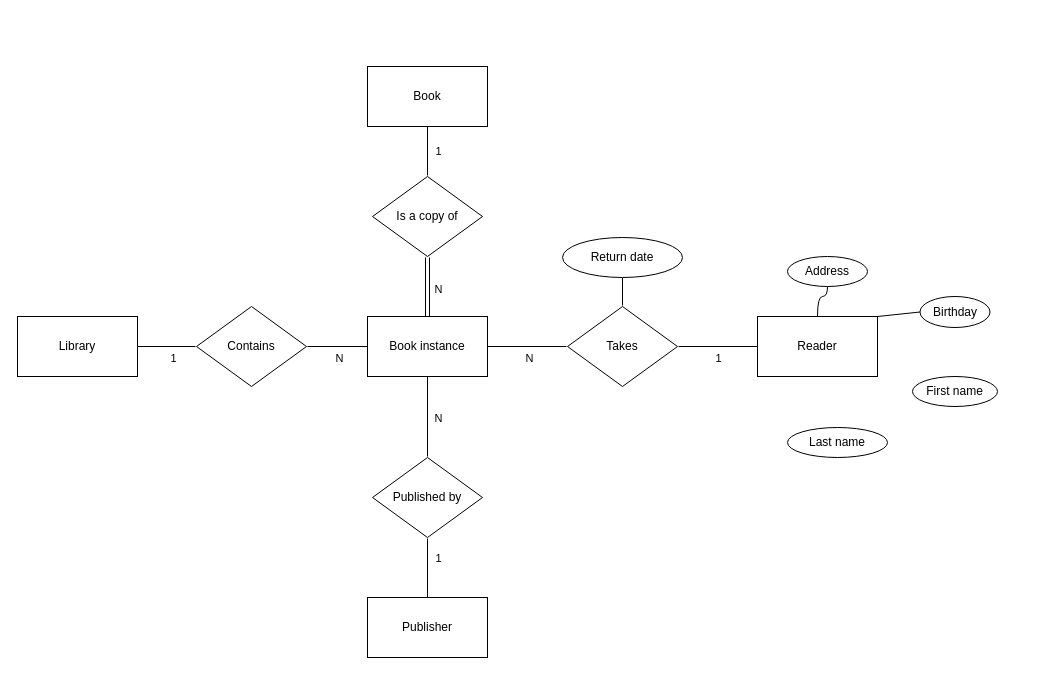
Before: DZ1.drawio in nikitaptl/works-Java-Kotlin, a draw.io diagram. Source tidied: cells renumbered, new cells numbered last; positions are measured from the earlier drawing's top-left corner, leaving out a move shared by most shapes. Both pictures are drawn from the tidied source at 100%, with x=0, y=0 at pixel (17, 66).
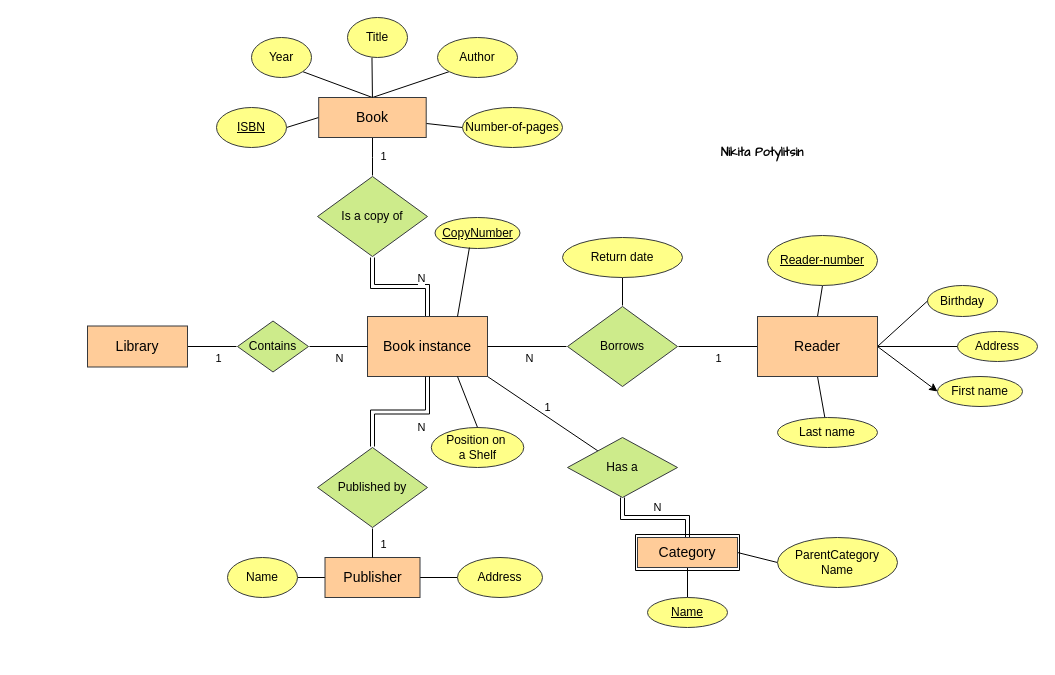
The same diagram, later.

The change refers to these unchanged cells:
```xml
<mxCell id="5" style="edgeStyle=orthogonalEdgeStyle;rounded=0;jettySize=auto;html=1;shape=link;" parent="1" edge="1" source="7" target="13">
  <mxGeometry relative="1" as="geometry" />
</mxCell>
```

Diff of the diagram source:
```diff
@@
-<mxGraphModel>
+<mxGraphModel background="#FFFFFF">
@@
-    <mxCell id="4" value="Library" style="rounded=0;whiteSpace=wrap;html=1;" parent="1" vertex="1">
-      <mxGeometry y="250" width="120" height="60" as="geometry" />
+    <mxCell id="4" value="&lt;font style=&quot;font-size: 14px;&quot;&gt;Library&lt;/font&gt;" style="rounded=0;whiteSpace=wrap;html=1;fillColor=#ffcc99;strokeColor=#36393d;" parent="1" vertex="1">
+      <mxGeometry x="70" y="259.5" width="100" height="41" as="geometry" />
     </mxCell>
@@
     <mxCell id="6" value="N" style="edgeLabel;html=1;align=center;verticalAlign=middle;" parent="5" vertex="1">
       <mxGeometry x="-0.07" y="-5" relative="1" as="geometry">
-        <mxPoint x="5" y="-1" as="offset" />
+        <mxPoint x="16" y="-4" as="offset" />
       </mxGeometry>
     </mxCell>
+    <mxCell id="35" value="1" style="rounded=0;jettySize=auto;html=1;exitX=1;exitY=1;exitDx=0;exitDy=0;startArrow=none;startFill=0;endArrow=none;endFill=0;" parent="1" edge="1" source="7" target="61">
+      <mxGeometry x="0.01" y="8" relative="1" as="geometry" />
+    </mxCell>
-    <mxCell id="7" value="Book instance" style="rounded=0;whiteSpace=wrap;html=1;" parent="1" vertex="1">
+    <mxCell id="7" value="&lt;font style=&quot;font-size: 14px;&quot;&gt;Book instance&lt;/font&gt;" style="rounded=0;whiteSpace=wrap;html=1;fillColor=#ffcc99;strokeColor=#36393d;" parent="1" vertex="1">
       <mxGeometry x="350" y="250" width="120" height="60" as="geometry" />
     </mxCell>
@@
-    <mxCell id="10" style="edgeStyle=orthogonalEdgeStyle;rounded=0;jettySize=auto;html=1;exitX=0.5;exitY=1;exitDx=0;exitDy=0;endArrow=none;endFill=0;" parent="1" edge="1" source="7" target="17">
+    <mxCell id="10" style="edgeStyle=orthogonalEdgeStyle;rounded=0;jettySize=auto;html=1;exitX=0.5;exitY=1;exitDx=0;exitDy=0;endArrow=none;endFill=0;shape=link;" parent="1" edge="1" source="7" target="17">
       <mxGeometry relative="1" as="geometry" />
     </mxCell>
     <mxCell id="11" value="N" style="edgeLabel;html=1;align=center;verticalAlign=middle;" parent="10" vertex="1">
       <mxGeometry x="-0.32" y="-2" relative="1" as="geometry">
-        <mxPoint x="12" y="14" as="offset" />
+        <mxPoint y="17" as="offset" />
       </mxGeometry>
     </mxCell>
+    <mxCell id="36" style="rounded=0;jettySize=auto;html=1;entryX=0;entryY=0.5;entryDx=0;entryDy=0;endArrow=none;endFill=0;" parent="1" edge="1" source="12" target="53">
+      <mxGeometry relative="1" as="geometry" />
+    </mxCell>
+    <mxCell id="37" style="rounded=0;jettySize=auto;html=1;exitX=0.5;exitY=0;exitDx=0;exitDy=0;entryX=0;entryY=1;entryDx=0;entryDy=0;endArrow=none;endFill=0;" parent="1" edge="1" source="12" target="52">
+      <mxGeometry relative="1" as="geometry" />
+    </mxCell>
+    <mxCell id="38" style="rounded=0;jettySize=auto;html=1;exitX=0.5;exitY=0;exitDx=0;exitDy=0;entryX=1;entryY=1;entryDx=0;entryDy=0;endArrow=none;endFill=0;" parent="1" edge="1" source="12" target="50">
+      <mxGeometry relative="1" as="geometry" />
+    </mxCell>
+    <mxCell id="39" style="rounded=0;jettySize=auto;html=1;exitX=0;exitY=0.5;exitDx=0;exitDy=0;entryX=1;entryY=0.5;entryDx=0;entryDy=0;endArrow=none;endFill=0;" parent="1" edge="1" source="12" target="49">
+      <mxGeometry relative="1" as="geometry" />
+    </mxCell>
-    <mxCell id="12" value="Book" style="rounded=0;whiteSpace=wrap;html=1;" parent="1" vertex="1">
-      <mxGeometry x="350" width="120" height="60" as="geometry" />
+    <mxCell id="12" value="&lt;font style=&quot;font-size: 14px;&quot;&gt;Book&lt;/font&gt;" style="rounded=0;whiteSpace=wrap;html=1;fillColor=#ffcc99;strokeColor=#36393d;" parent="1" vertex="1">
+      <mxGeometry x="301.2" y="31" width="107.5" height="40" as="geometry" />
     </mxCell>
-    <mxCell id="13" value="Is a copy of" style="rhombus;whiteSpace=wrap;html=1;perimeterSpacing=1;rounded=0;shadow=0;verticalAlign=middle;" parent="1" vertex="1">
-      <mxGeometry x="355" y="110" width="110" height="80" as="geometry" />
+    <mxCell id="13" value="Is a copy of" style="rhombus;whiteSpace=wrap;html=1;perimeterSpacing=1;rounded=0;shadow=0;verticalAlign=middle;fillColor=#cdeb8b;strokeColor=#36393d;" parent="1" vertex="1">
+      <mxGeometry x="300" y="110" width="110" height="80" as="geometry" />
     </mxCell>
+    <mxCell id="40" style="edgeStyle=orthogonalEdgeStyle;rounded=0;jettySize=auto;html=1;exitX=1;exitY=0.5;exitDx=0;exitDy=0;entryX=0;entryY=0.5;entryDx=0;entryDy=0;endArrow=none;endFill=0;" parent="1" edge="1" source="14" target="56">
+      <mxGeometry relative="1" as="geometry" />
+    </mxCell>
+    <mxCell id="41" style="edgeStyle=orthogonalEdgeStyle;rounded=0;jettySize=auto;html=1;exitX=0;exitY=0.5;exitDx=0;exitDy=0;entryX=1;entryY=0.5;entryDx=0;entryDy=0;endArrow=none;endFill=0;" parent="1" edge="1" source="14" target="55">
+      <mxGeometry relative="1" as="geometry" />
+    </mxCell>
-    <mxCell id="14" value="Publisher" style="rounded=0;whiteSpace=wrap;html=1;" parent="1" vertex="1">
-      <mxGeometry x="350" y="531" width="120" height="60" as="geometry" />
+    <mxCell id="14" value="&lt;font style=&quot;font-size: 14px;&quot;&gt;Publisher&lt;/font&gt;" style="rounded=0;whiteSpace=wrap;html=1;fillColor=#ffcc99;strokeColor=#36393d;" parent="1" vertex="1">
+      <mxGeometry x="307.5" y="491" width="95" height="40" as="geometry" />
     </mxCell>
@@
-    <mxCell id="17" value="Published by" style="rhombus;whiteSpace=wrap;html=1;perimeterSpacing=1;rounded=0;shadow=0;verticalAlign=middle;" parent="1" vertex="1">
-      <mxGeometry x="355" y="391" width="110" height="80" as="geometry" />
+    <mxCell id="17" value="Published by" style="rhombus;whiteSpace=wrap;html=1;perimeterSpacing=1;rounded=0;shadow=0;verticalAlign=middle;fillColor=#cdeb8b;strokeColor=#36393d;" parent="1" vertex="1">
+      <mxGeometry x="300" y="381" width="110" height="80" as="geometry" />
     </mxCell>
@@
-    <mxCell id="20" value="Contains" style="rhombus;whiteSpace=wrap;html=1;perimeterSpacing=1;rounded=0;shadow=0;verticalAlign=middle;" parent="1" vertex="1">
-      <mxGeometry x="179" y="240" width="110" height="80" as="geometry" />
+    <mxCell id="20" value="Contains" style="rhombus;whiteSpace=wrap;html=1;perimeterSpacing=1;rounded=0;shadow=0;verticalAlign=middle;fillColor=#cdeb8b;strokeColor=#36393d;" parent="1" vertex="1">
+      <mxGeometry x="220" y="254.5" width="71" height="51" as="geometry" />
     </mxCell>
@@
-    <mxCell id="23" style="edgeStyle=orthogonalEdgeStyle;rounded=0;jettySize=auto;html=1;curved=1;endArrow=none;endFill=0;" parent="1" edge="1" source="25" target="33">
+    <mxCell id="23" style="rounded=0;jettySize=auto;html=1;endArrow=none;endFill=0;" parent="1" edge="1" source="25" target="33">
       <mxGeometry relative="1" as="geometry" />
     </mxCell>
-    <mxCell id="24" style="rounded=0;jettySize=auto;html=1;exitX=1;exitY=0;exitDx=0;exitDy=0;entryX=0;entryY=0.5;entryDx=0;entryDy=0;endArrow=none;endFill=0;" parent="1" edge="1" source="25" target="34">
-      <mxGeometry relative="1" as="geometry" />
+    <mxCell id="24" style="rounded=0;jettySize=auto;html=1;entryX=0;entryY=0.5;entryDx=0;entryDy=0;endArrow=none;endFill=0;" parent="1" edge="1" target="34">
+      <mxGeometry relative="1" as="geometry">
+        <mxPoint x="860" y="280" as="sourcePoint" />
+      </mxGeometry>
     </mxCell>
+    <mxCell id="42" style="rounded=0;jettySize=auto;html=1;exitX=1;exitY=0.5;exitDx=0;exitDy=0;entryX=0;entryY=0.5;entryDx=0;entryDy=0;" parent="1" edge="1" source="25" target="32">
+      <mxGeometry relative="1" as="geometry" />
+    </mxCell>
+    <mxCell id="43" style="rounded=0;jettySize=auto;html=1;exitX=0.5;exitY=1;exitDx=0;exitDy=0;endArrow=none;endFill=0;" parent="1" edge="1" source="25" target="31">
+      <mxGeometry relative="1" as="geometry" />
+    </mxCell>
+    <mxCell id="44" style="rounded=0;jettySize=auto;html=1;exitX=0.5;exitY=0;exitDx=0;exitDy=0;entryX=0.5;entryY=1;entryDx=0;entryDy=0;endArrow=none;endFill=0;" parent="1" edge="1" source="25" target="64">
+      <mxGeometry relative="1" as="geometry" />
+    </mxCell>
-    <mxCell id="25" value="Reader" style="rounded=0;whiteSpace=wrap;html=1;" parent="1" vertex="1">
+    <mxCell id="25" value="&lt;font style=&quot;font-size: 14px;&quot;&gt;Reader&lt;/font&gt;" style="rounded=0;whiteSpace=wrap;html=1;fillColor=#ffcc99;strokeColor=#36393d;" parent="1" vertex="1">
       <mxGeometry x="740" y="250" width="120" height="60" as="geometry" />
     </mxCell>
@@
-    <mxCell id="29" value="Takes" style="rhombus;whiteSpace=wrap;html=1;perimeterSpacing=1;rounded=0;shadow=0;verticalAlign=middle;" parent="1" vertex="1">
+    <mxCell id="29" value="Borrows" style="rhombus;whiteSpace=wrap;html=1;perimeterSpacing=1;rounded=0;shadow=0;verticalAlign=middle;fillColor=#cdeb8b;strokeColor=#36393d;" parent="1" vertex="1">
       <mxGeometry x="550" y="240" width="110" height="80" as="geometry" />
     </mxCell>
-    <mxCell id="30" value="Return date" style="ellipse;whiteSpace=wrap;html=1;" parent="1" vertex="1">
+    <mxCell id="30" value="Return date" style="ellipse;whiteSpace=wrap;html=1;fillColor=#ffff88;strokeColor=#36393d;" parent="1" vertex="1">
       <mxGeometry x="545" y="171" width="120" height="40" as="geometry" />
     </mxCell>
-    <mxCell id="31" value="Last name" style="ellipse;whiteSpace=wrap;html=1;" parent="1" vertex="1">
-      <mxGeometry x="770" y="361" width="100" height="30" as="geometry" />
+    <mxCell id="31" value="Last name" style="ellipse;whiteSpace=wrap;html=1;fillColor=#ffff88;strokeColor=#36393d;" parent="1" vertex="1">
+      <mxGeometry x="760" y="351" width="100" height="30" as="geometry" />
     </mxCell>
-    <mxCell id="32" value="First name" style="ellipse;whiteSpace=wrap;html=1;" parent="1" vertex="1">
-      <mxGeometry x="895" y="310" width="85" height="30" as="geometry" />
+    <mxCell id="32" value="First name" style="ellipse;whiteSpace=wrap;html=1;fillColor=#ffff88;strokeColor=#36393d;" parent="1" vertex="1">
+      <mxGeometry x="920" y="310" width="85" height="30" as="geometry" />
     </mxCell>
-    <mxCell id="33" value="Address" style="ellipse;whiteSpace=wrap;html=1;" parent="1" vertex="1">
-      <mxGeometry x="770" y="190" width="80" height="30" as="geometry" />
+    <mxCell id="33" value="Address" style="ellipse;whiteSpace=wrap;html=1;fillColor=#ffff88;strokeColor=#36393d;" parent="1" vertex="1">
+      <mxGeometry x="940" y="265" width="80" height="30" as="geometry" />
     </mxCell>
-    <mxCell id="34" value="Birthday" style="ellipse;whiteSpace=wrap;html=1;" parent="1" vertex="1">
-      <mxGeometry x="902.5" y="230" width="70" height="31" as="geometry" />
+    <mxCell id="34" value="Birthday" style="ellipse;whiteSpace=wrap;html=1;fillColor=#ffff88;strokeColor=#36393d;" parent="1" vertex="1">
+      <mxGeometry x="910" y="219" width="70" height="31" as="geometry" />
     </mxCell>
+    <mxCell id="45" value="&lt;u&gt;CopyNumber&lt;/u&gt;" style="ellipse;whiteSpace=wrap;html=1;fillColor=#ffff88;strokeColor=#36393d;" parent="1" vertex="1">
+      <mxGeometry x="417.5" y="151" width="85" height="31" as="geometry" />
+    </mxCell>
+    <mxCell id="46" value="Position on&amp;nbsp;&lt;div&gt;a Shelf&lt;/div&gt;" style="ellipse;whiteSpace=wrap;html=1;fillColor=#ffff88;strokeColor=#36393d;" parent="1" vertex="1">
+      <mxGeometry x="413.8" y="361" width="92.5" height="40" as="geometry" />
+    </mxCell>
+    <mxCell id="47" style="rounded=0;jettySize=auto;html=1;exitX=0.75;exitY=0;exitDx=0;exitDy=0;entryX=0.405;entryY=0.97;entryDx=0;entryDy=0;entryPerimeter=0;endArrow=none;endFill=0;" parent="1" edge="1" source="7" target="45">
+      <mxGeometry relative="1" as="geometry" />
+    </mxCell>
+    <mxCell id="48" style="rounded=0;jettySize=auto;html=1;exitX=0.75;exitY=1;exitDx=0;exitDy=0;entryX=0.5;entryY=0;entryDx=0;entryDy=0;endArrow=none;endFill=0;" parent="1" edge="1" source="7" target="46">
+      <mxGeometry relative="1" as="geometry" />
+    </mxCell>
+    <mxCell id="49" value="&lt;u&gt;ISBN&lt;/u&gt;" style="ellipse;whiteSpace=wrap;html=1;fillColor=#ffff88;strokeColor=#36393d;" parent="1" vertex="1">
+      <mxGeometry x="199" y="41" width="70" height="40" as="geometry" />
+    </mxCell>
+    <mxCell id="50" value="Year" style="ellipse;whiteSpace=wrap;html=1;fillColor=#ffff88;strokeColor=#36393d;" parent="1" vertex="1">
+      <mxGeometry x="234" y="-29" width="60" height="40" as="geometry" />
+    </mxCell>
+    <mxCell id="51" value="Title" style="ellipse;whiteSpace=wrap;html=1;fillColor=#ffff88;strokeColor=#36393d;" parent="1" vertex="1">
+      <mxGeometry x="330" y="-49" width="60" height="40" as="geometry" />
+    </mxCell>
+    <mxCell id="52" value="Author" style="ellipse;whiteSpace=wrap;html=1;fillColor=#ffff88;strokeColor=#36393d;" parent="1" vertex="1">
+      <mxGeometry x="420" y="-29" width="80" height="40" as="geometry" />
+    </mxCell>
+    <mxCell id="53" value="Number-of-pages" style="ellipse;whiteSpace=wrap;html=1;fillColor=#ffff88;strokeColor=#36393d;" parent="1" vertex="1">
+      <mxGeometry x="445" y="41" width="100" height="40" as="geometry" />
+    </mxCell>
+    <mxCell id="54" style="rounded=0;jettySize=auto;html=1;exitX=0.5;exitY=0;exitDx=0;exitDy=0;entryX=0.408;entryY=1.004;entryDx=0;entryDy=0;entryPerimeter=0;endArrow=none;endFill=0;" parent="1" edge="1" source="12" target="51">
+      <mxGeometry relative="1" as="geometry" />
+    </mxCell>
+    <mxCell id="55" value="Name" style="ellipse;whiteSpace=wrap;html=1;fillColor=#ffff88;strokeColor=#36393d;" parent="1" vertex="1">
+      <mxGeometry x="210" y="491" width="70" height="40" as="geometry" />
+    </mxCell>
+    <mxCell id="56" value="Address" style="ellipse;whiteSpace=wrap;html=1;fillColor=#ffff88;strokeColor=#36393d;" parent="1" vertex="1">
+      <mxGeometry x="440" y="491" width="85" height="40" as="geometry" />
+    </mxCell>
+    <mxCell id="57" value="N" style="edgeStyle=orthogonalEdgeStyle;rounded=0;jettySize=auto;html=1;endArrow=none;endFill=0;shape=link;" parent="1" edge="1" source="60" target="61">
+      <mxGeometry x="-0.05" y="-10" relative="1" as="geometry" />
+    </mxCell>
+    <mxCell id="58" style="rounded=0;jettySize=auto;html=1;exitX=1;exitY=0.5;exitDx=0;exitDy=0;entryX=0;entryY=0.5;entryDx=0;entryDy=0;endArrow=none;endFill=0;" parent="1" edge="1" source="60" target="63">
+      <mxGeometry relative="1" as="geometry" />
+    </mxCell>
+    <mxCell id="59" style="rounded=0;jettySize=auto;html=1;exitX=0.5;exitY=1;exitDx=0;exitDy=0;entryX=0.5;entryY=0;entryDx=0;entryDy=0;endArrow=none;endFill=0;" parent="1" edge="1" source="60" target="62">
+      <mxGeometry relative="1" as="geometry" />
+    </mxCell>
+    <mxCell id="60" value="&lt;font style=&quot;font-size: 14px;&quot;&gt;Category&lt;/font&gt;" style="rounded=0;whiteSpace=wrap;html=1;fillColor=#ffcc99;strokeColor=#36393d;portConstraintRotation=0;" parent="1" vertex="1">
+      <mxGeometry x="620" y="471" width="100" height="30" as="geometry" />
+    </mxCell>
+    <mxCell id="61" value="Has a" style="rhombus;whiteSpace=wrap;html=1;fillColor=#cdeb8b;strokeColor=#36393d;" parent="1" vertex="1">
+      <mxGeometry x="550" y="371" width="110" height="60" as="geometry" />
+    </mxCell>
+    <mxCell id="62" value="&lt;u&gt;Name&lt;/u&gt;" style="ellipse;whiteSpace=wrap;html=1;fillColor=#ffff88;strokeColor=#36393d;" parent="1" vertex="1">
+      <mxGeometry x="630" y="531" width="80" height="30" as="geometry" />
+    </mxCell>
+    <mxCell id="63" value="ParentCategory&lt;div&gt;Name&lt;/div&gt;" style="ellipse;whiteSpace=wrap;html=1;fillColor=#ffff88;strokeColor=#36393d;" parent="1" vertex="1">
+      <mxGeometry x="760" y="471" width="120" height="50" as="geometry" />
+    </mxCell>
+    <mxCell id="64" value="&lt;u&gt;Reader-number&lt;/u&gt;" style="ellipse;whiteSpace=wrap;html=1;fillColor=#ffff88;strokeColor=#36393d;" parent="1" vertex="1">
+      <mxGeometry x="750" y="169" width="110" height="50" as="geometry" />
+    </mxCell>
+    <mxCell id="65" style="swimlane;startSize=0;" parent="1" vertex="1">
+      <mxGeometry x="618" y="468" width="104" height="36" as="geometry" />
+    </mxCell>
+    <mxCell id="66" value="&lt;font face=&quot;Comic Sans MS&quot;&gt;&lt;b&gt;Nikita Potylitsin&lt;/b&gt;&lt;/font&gt;" style="text;html=1;align=center;verticalAlign=middle;whiteSpace=wrap;rounded=0;" parent="1" vertex="1">
+      <mxGeometry x="680" y="71" width="130" height="30" as="geometry" />
+    </mxCell>
```
